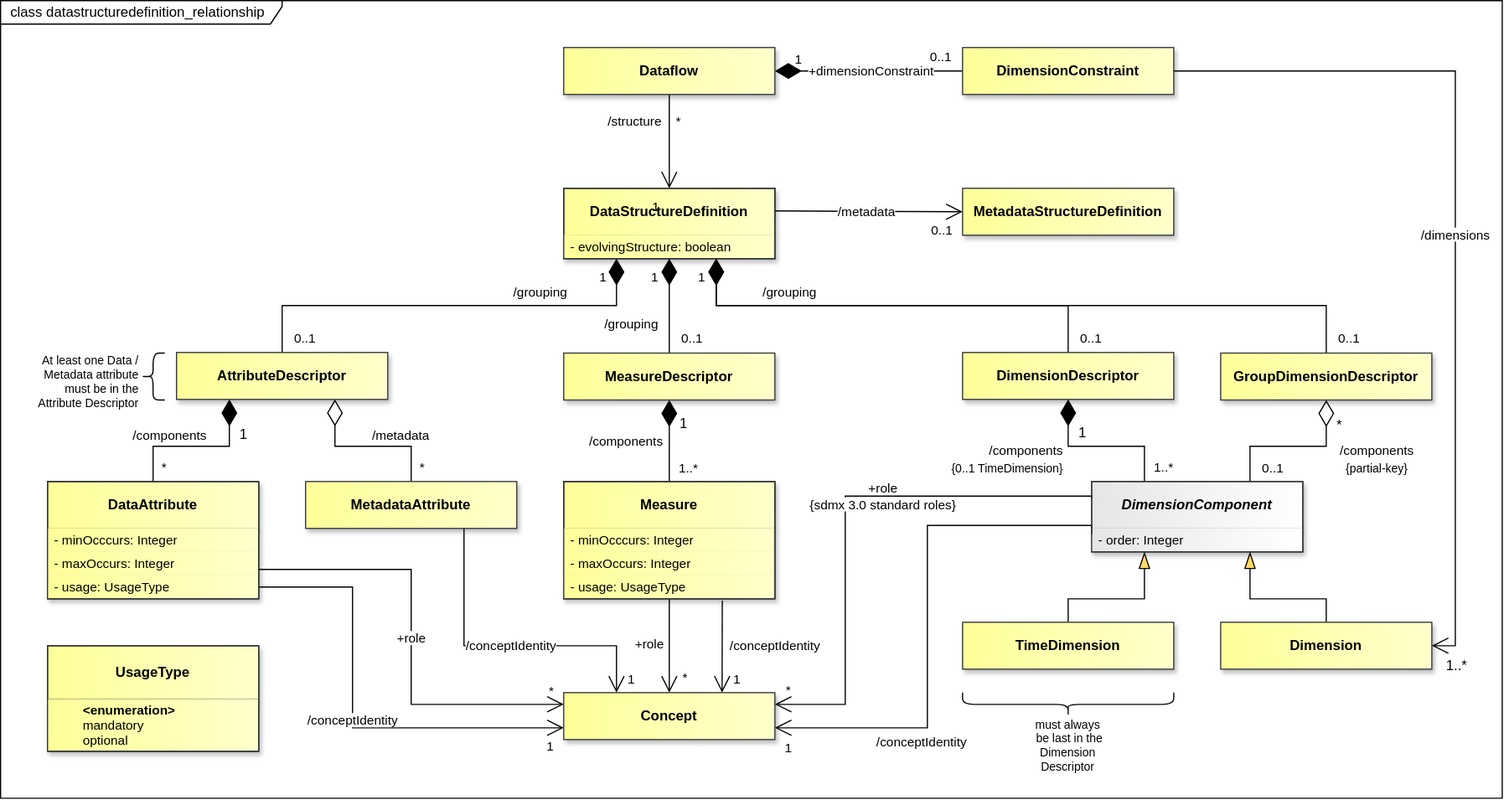
sdmx-twg/sdmx-im keeps this draw.io diagram as docs/information_model/media/sdmx_datastructure-datastructuredefinition_relationship.svg. Above is the earlier version. Source tidied: cells renumbered, new cells last; positions are measured from the earlier drawing's top-left corner, leaving out a move shared by most shapes.
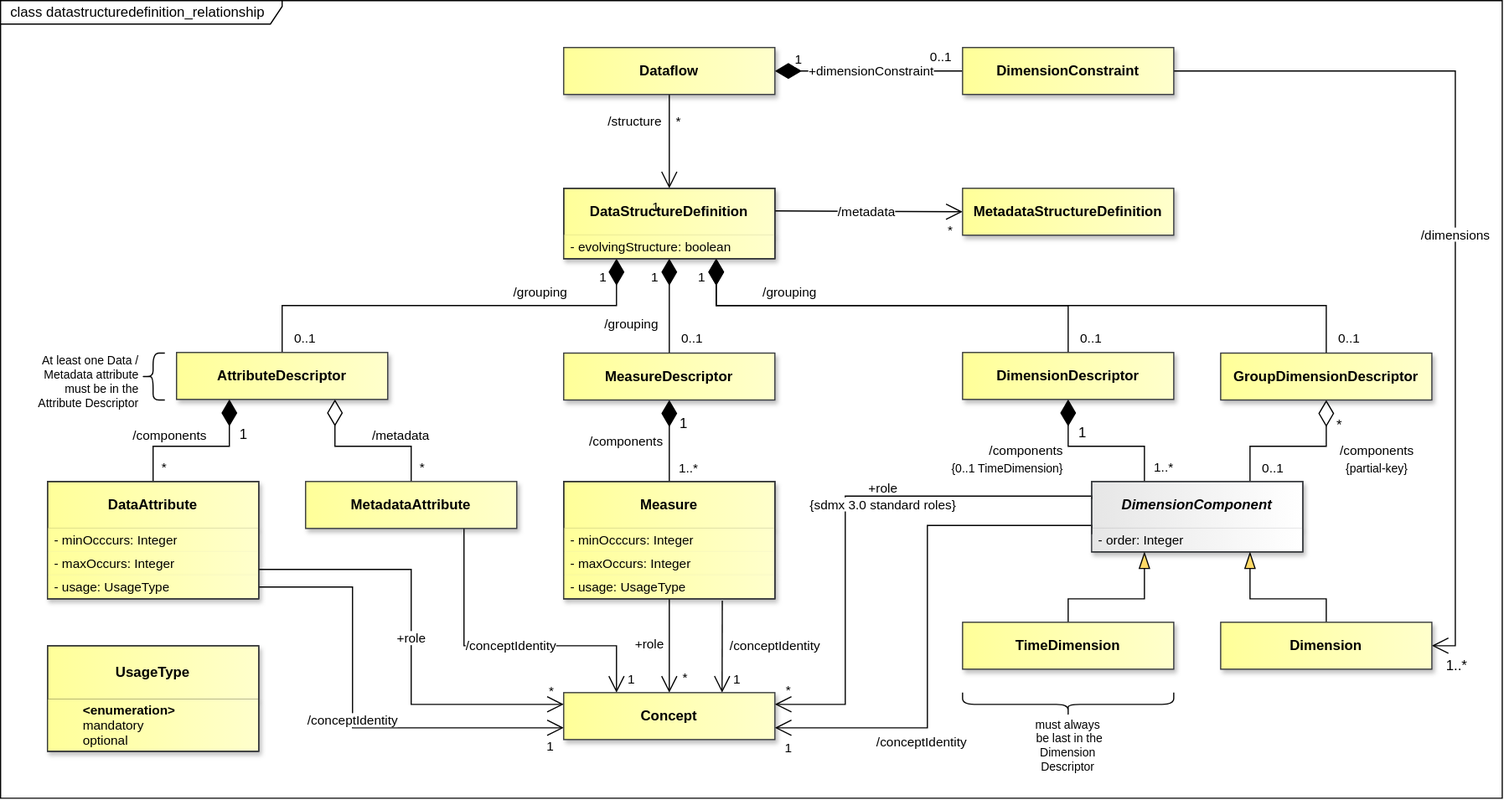
The same file after the commit.

What changed in the source:
```diff
@@ -153,7 +153,7 @@
     <mxCell id="42" value="&lt;span style=&quot;background-color: light-dark(#ffffff, var(--ge-dark-color, #121212));&quot;&gt;/metadata&lt;/span&gt;" style="endArrow=open;html=1;endSize=12;startArrow=none;startSize=20;startFill=0;rounded=0;endFill=0;strokeColor=light-dark(#000000,#FFFFFF);fontColor=light-dark(#000000,#FFFFFF);labelBackgroundColor=none;exitX=1;exitY=0.322;exitDx=0;exitDy=0;entryX=0;entryY=0.5;entryDx=0;entryDy=0;exitPerimeter=0;" parent="1" edge="1" source="11" target="88">
       <mxGeometry x="-0.03" relative="1" as="geometry" />
     </mxCell>
-    <mxCell id="43" value="0..1" style="edgeLabel;html=1;align=right;verticalAlign=top;labelBackgroundColor=none;fontColor=light-dark(#000000,#FFFFFF);" parent="42" vertex="1">
+    <mxCell id="43" value="*" style="edgeLabel;html=1;align=right;verticalAlign=top;labelBackgroundColor=none;fontColor=light-dark(#000000,#FFFFFF);" parent="42" vertex="1">
       <mxGeometry x="1" relative="1" as="geometry">
         <mxPoint x="-8" y="3" as="offset" />
       </mxGeometry>
```
